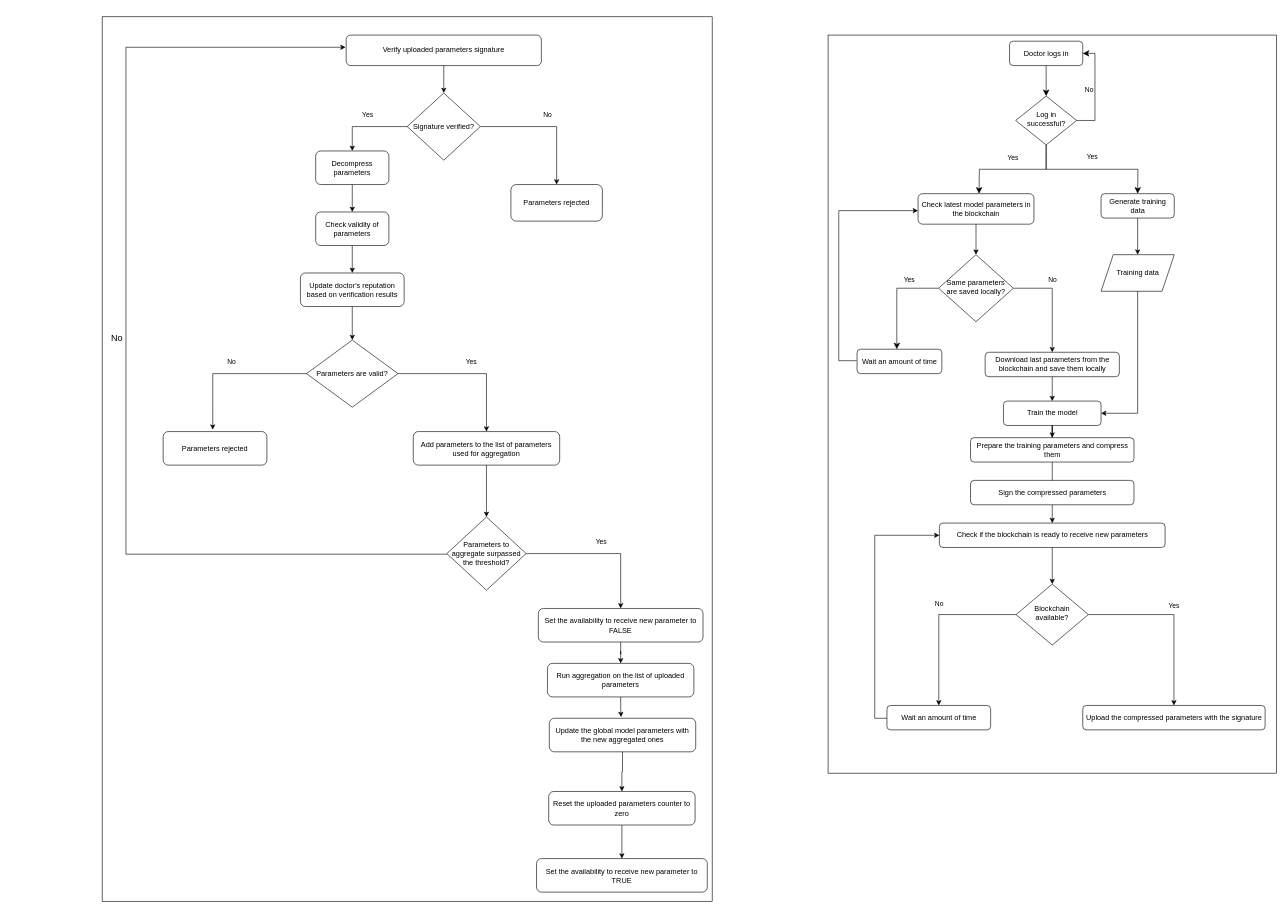
The draw.io diagram flow_diagram.drawio in yacine-djenandar/blockchain-ehr-app, before the edit. Source tidied: cells renumbered, new cells numbered last; positions are measured from the earlier drawing's top-left corner, leaving out a move shared by most shapes. Both pictures are drawn from the tidied source at 61%, with x=0, y=0 at pixel (102, 16).
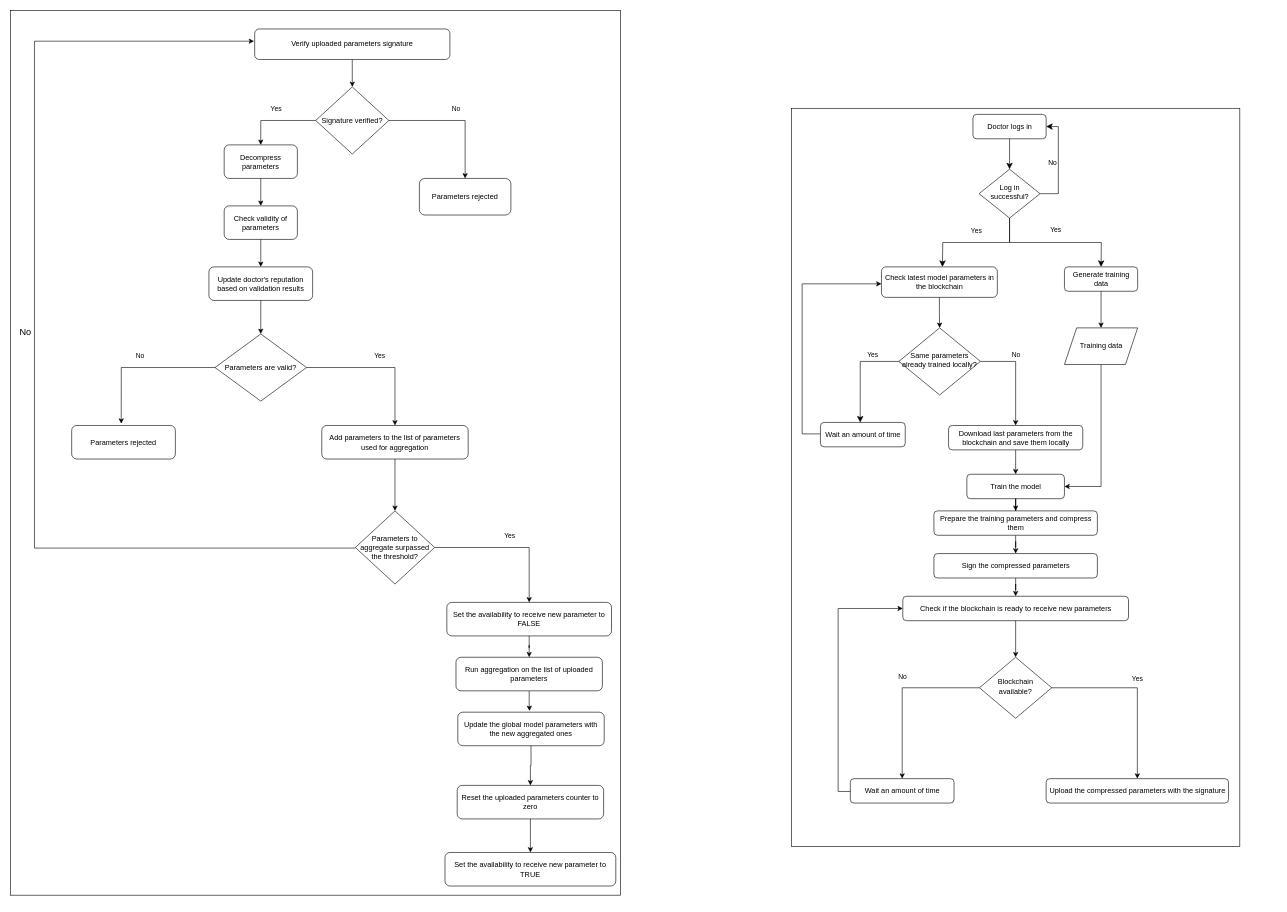
After the change.

Commit message:
Mettre à jour flow_diagram.drawio

Unchanged cells that the change refers to:
```xml
<mxCell id="23" value="Check if the blockchain is ready to receive new parameters" style="rounded=1;whiteSpace=wrap;html=1;fontSize=12;glass=0;strokeWidth=1;shadow=0;fillColor=#FFFFFF;fontColor=#000000;strokeColor=#000000;" parent="2" vertex="1">
  <mxGeometry x="182.5" y="800" width="370" height="40" as="geometry" />
</mxCell>
<mxCell id="28" value="Prepare the training parameters and compress them" style="rounded=1;whiteSpace=wrap;html=1;fontSize=12;glass=0;strokeWidth=1;shadow=0;fillColor=#FFFFFF;fontColor=#000000;strokeColor=#000000;" parent="2" vertex="1">
  <mxGeometry x="233.5" y="660" width="268" height="40" as="geometry" />
</mxCell>
<mxCell id="35" value="Sign the compressed parameters" style="rounded=1;whiteSpace=wrap;html=1;fontSize=12;glass=0;strokeWidth=1;shadow=0;fillColor=#FFFFFF;fontColor=#000000;strokeColor=#000000;" parent="2" vertex="1">
  <mxGeometry x="233.5" y="730" width="268" height="40" as="geometry" />
</mxCell>
```

What changed in the source:
```diff
@@
     <mxCell id="2" style="group;" parent="1" vertex="1">
-      <mxGeometry x="1190" y="30" width="735" height="1210" as="geometry" />
+      <mxGeometry x="1130" y="150" width="735" height="1210" as="geometry" />
     </mxCell>
@@
-    <mxCell id="13" value="Same parameters are saved locally?" style="rhombus;whiteSpace=wrap;html=1;shadow=0;fontFamily=Helvetica;fontSize=12;align=center;strokeWidth=1;spacing=6;spacingTop=-4;fillColor=#FFFFFF;fontColor=#000000;strokeColor=#000000;" parent="2" vertex="1">
-      <mxGeometry x="181.2" y="360" width="122.5" height="110" as="geometry" />
+    <mxCell id="13" value="Same parameters already trained locally?" style="rhombus;whiteSpace=wrap;html=1;shadow=0;fontFamily=Helvetica;fontSize=12;align=center;strokeWidth=1;spacing=6;spacingTop=-4;fillColor=#FFFFFF;fontColor=#000000;strokeColor=#000000;" parent="2" vertex="1">
+      <mxGeometry x="176" y="360" width="133.8" height="110" as="geometry" />
     </mxCell>
@@
+    <mxCell id="68" style="edgeStyle=orthogonalEdgeStyle;rounded=0;jettySize=auto;html=1;strokeColor=#000000;" parent="2" edge="1" source="28" target="35">
+      <mxGeometry relative="1" as="geometry" />
+    </mxCell>
@@
-    <mxCell id="29" style="edgeStyle=orthogonalEdgeStyle;rounded=0;jettySize=auto;html=1;fontColor=#000000;strokeColor=#000000;" parent="2" edge="1" source="28" target="23">
-      <mxGeometry relative="1" as="geometry" />
-    </mxCell>
@@
+    <mxCell id="69" style="edgeStyle=orthogonalEdgeStyle;rounded=0;jettySize=auto;html=1;strokeColor=#000000;" parent="2" edge="1" source="35" target="23">
+      <mxGeometry relative="1" as="geometry" />
+    </mxCell>
@@
     <mxCell id="36" style="group;" parent="1" vertex="1">
-      <mxGeometry width="1000" height="1450" as="geometry" />
+      <mxGeometry x="-150" y="-10" width="1000" height="1450" as="geometry" />
     </mxCell>
@@
-    <mxCell id="45" value="Update doctor's reputation based on verification results" style="rounded=1;whiteSpace=wrap;html=1;labelBackgroundColor=none;fontColor=#000000;strokeColor=#000000;fillColor=#FFFFFF;" parent="36" vertex="1">
+    <mxCell id="45" value="Update doctor's reputation based on validation results" style="rounded=1;whiteSpace=wrap;html=1;labelBackgroundColor=none;fontColor=#000000;strokeColor=#000000;fillColor=#FFFFFF;" parent="36" vertex="1">
       <mxGeometry x="325" y="420" width="170" height="55" as="geometry" />
     </mxCell>
```
